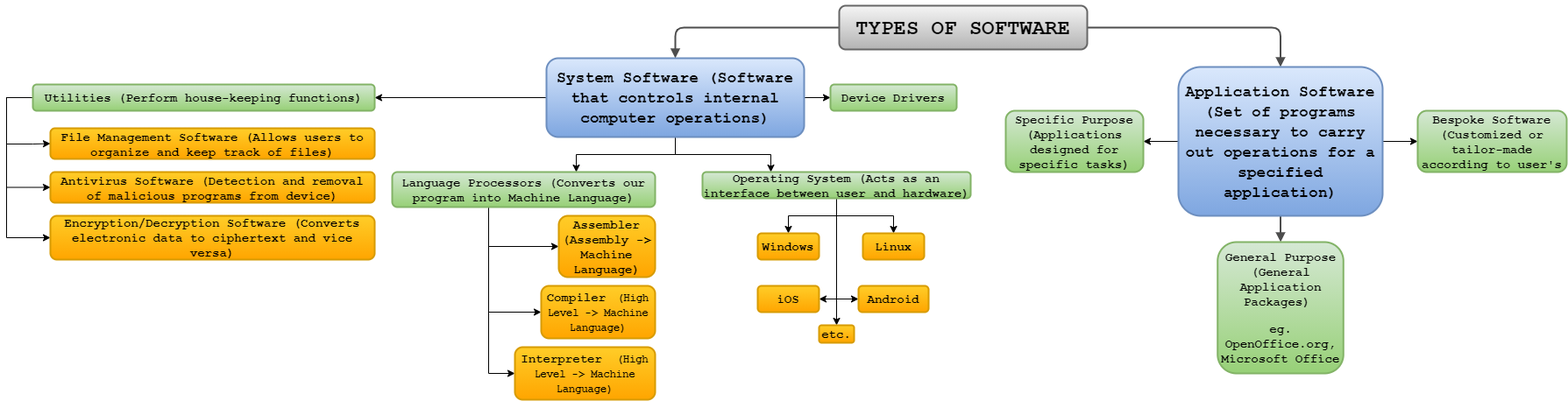
Earlier version of the draw.io export CA_practical_asignment.png (JXTK/app.diagrams.net). Source tidied: cells renumbered, new cells last; positions are measured from the earlier drawing's top-left corner, leaving out a move shared by most shapes.
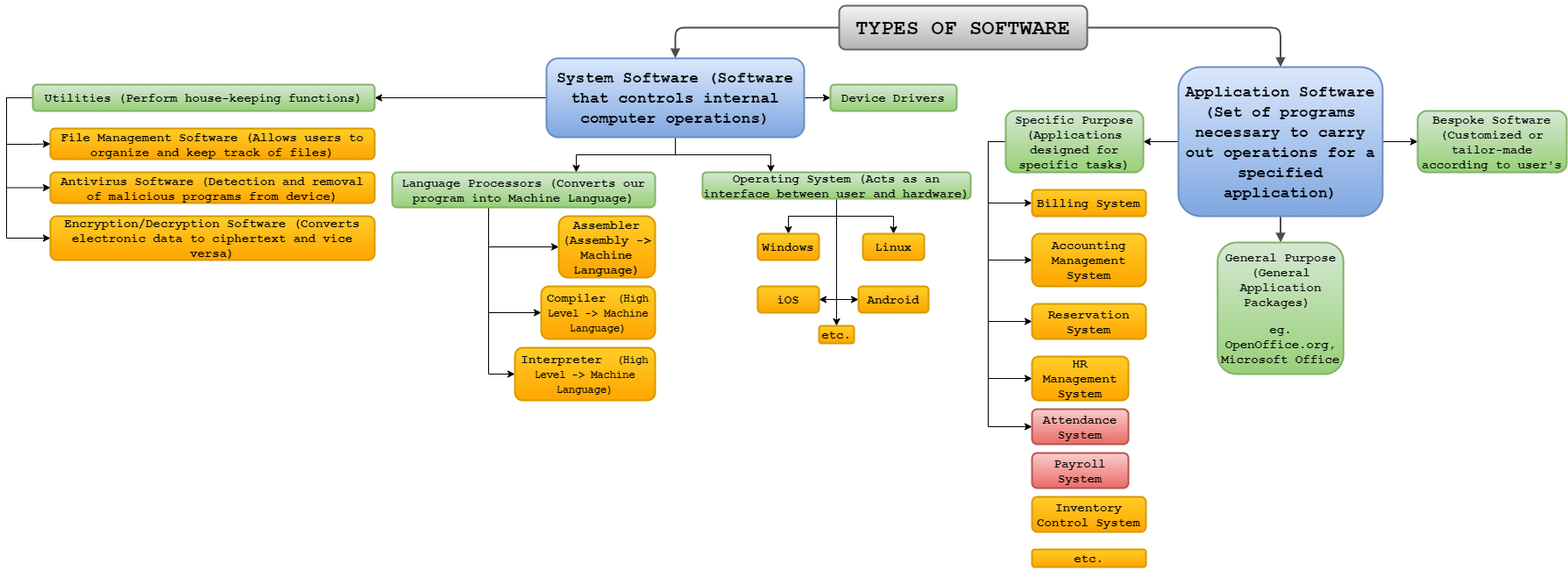
The same file after the commit.

Diff of the diagram source:
```diff
@@ -51,6 +51,46 @@
     <mxCell id="14" value="&lt;h3&gt;&lt;font face=&quot;Courier New&quot;&gt;General Purpose (General Application Packages)&amp;nbsp;&lt;/font&gt;&lt;/h3&gt;&lt;h3&gt;&lt;font face=&quot;Courier New&quot;&gt;eg. OpenOffice.org, Microsoft Office&lt;/font&gt;&lt;/h3&gt;" style="whiteSpace=wrap;html=1;rounded=1;shadow=0;comic=0;strokeWidth=2;fontFamily=Verdana;align=center;fontSize=12;fontStyle=1;gradientColor=#97d077;fillColor=#d5e8d4;strokeColor=#82b366;" parent="1" vertex="1">
       <mxGeometry x="1381.8" y="270" width="143.5" height="150" as="geometry" />
     </mxCell>
+    <mxCell id="44" style="edgeStyle=orthogonalEdgeStyle;rounded=0;jettySize=auto;html=1;entryX=0;entryY=0.5;entryDx=0;entryDy=0;" parent="1" edge="1" source="15" target="49">
+      <mxGeometry relative="1" as="geometry">
+        <Array as="points">
+          <mxPoint x="1120" y="155" />
+          <mxPoint x="1120" y="225" />
+        </Array>
+      </mxGeometry>
+    </mxCell>
+    <mxCell id="45" style="edgeStyle=orthogonalEdgeStyle;rounded=0;jettySize=auto;html=1;entryX=0;entryY=0.5;entryDx=0;entryDy=0;" parent="1" edge="1" source="15" target="50">
+      <mxGeometry relative="1" as="geometry">
+        <Array as="points">
+          <mxPoint x="1120" y="155" />
+          <mxPoint x="1120" y="290" />
+        </Array>
+      </mxGeometry>
+    </mxCell>
+    <mxCell id="46" style="edgeStyle=orthogonalEdgeStyle;rounded=0;jettySize=auto;html=1;entryX=0;entryY=0.5;entryDx=0;entryDy=0;" parent="1" edge="1" source="15" target="51">
+      <mxGeometry relative="1" as="geometry">
+        <Array as="points">
+          <mxPoint x="1120" y="155" />
+          <mxPoint x="1120" y="360" />
+        </Array>
+      </mxGeometry>
+    </mxCell>
+    <mxCell id="47" style="edgeStyle=orthogonalEdgeStyle;rounded=0;jettySize=auto;html=1;entryX=0;entryY=0.5;entryDx=0;entryDy=0;" parent="1" edge="1" source="15" target="52">
+      <mxGeometry relative="1" as="geometry">
+        <Array as="points">
+          <mxPoint x="1120" y="155" />
+          <mxPoint x="1120" y="425" />
+        </Array>
+      </mxGeometry>
+    </mxCell>
+    <mxCell id="48" style="edgeStyle=orthogonalEdgeStyle;rounded=0;jettySize=auto;html=1;entryX=0;entryY=0.5;entryDx=0;entryDy=0;" parent="1" edge="1" source="15" target="54">
+      <mxGeometry relative="1" as="geometry">
+        <Array as="points">
+          <mxPoint x="1120" y="155" />
+          <mxPoint x="1120" y="480" />
+        </Array>
+      </mxGeometry>
+    </mxCell>
     <mxCell id="15" value="&lt;h3&gt;&lt;font face=&quot;Courier New&quot;&gt;Specific Purpose (Applications designed for specific tasks)&lt;/font&gt;&lt;/h3&gt;" style="whiteSpace=wrap;html=1;rounded=1;shadow=0;comic=0;strokeWidth=2;fontFamily=Verdana;align=center;fontSize=12;fontStyle=1;gradientColor=#97d077;fillColor=#d5e8d4;strokeColor=#82b366;" parent="1" vertex="1">
       <mxGeometry x="1140" y="120" width="157" height="70" as="geometry" />
     </mxCell>
@@ -173,5 +213,32 @@
     <mxCell id="43" value="&lt;h3&gt;&lt;font face=&quot;Courier New&quot;&gt;Encryption/Decryption Software (Converts electronic data to ciphertext and vice versa)&lt;/font&gt;&lt;/h3&gt;" style="whiteSpace=wrap;html=1;rounded=1;shadow=0;comic=0;strokeWidth=2;fontFamily=Verdana;align=center;fontSize=12;fontStyle=1;gradientColor=#ffa500;fillColor=#ffcd28;strokeColor=#d79b00;" parent="1" vertex="1">
       <mxGeometry x="50" y="240" width="370" height="50" as="geometry" />
     </mxCell>
+    <mxCell id="49" value="&lt;h3&gt;&lt;font face=&quot;Courier New&quot;&gt;Billing System&lt;/font&gt;&lt;/h3&gt;" style="whiteSpace=wrap;html=1;rounded=1;shadow=0;comic=0;strokeWidth=2;fontFamily=Verdana;align=center;fontSize=12;fontStyle=1;gradientColor=#ffa500;fillColor=#ffcd28;strokeColor=#d79b00;" parent="1" vertex="1">
+      <mxGeometry x="1170" y="210" width="130" height="30" as="geometry" />
+    </mxCell>
+    <mxCell id="50" value="&lt;h3&gt;&lt;font face=&quot;Courier New&quot;&gt;Accounting Management System&lt;/font&gt;&lt;/h3&gt;" style="whiteSpace=wrap;html=1;rounded=1;shadow=0;comic=0;strokeWidth=2;fontFamily=Verdana;align=center;fontSize=12;fontStyle=1;gradientColor=#ffa500;fillColor=#ffcd28;strokeColor=#d79b00;" parent="1" vertex="1">
+      <mxGeometry x="1170" y="260" width="130" height="60" as="geometry" />
+    </mxCell>
+    <mxCell id="51" value="&lt;h3&gt;&lt;font face=&quot;Courier New&quot;&gt;Reservation System&lt;/font&gt;&lt;/h3&gt;" style="whiteSpace=wrap;html=1;rounded=1;shadow=0;comic=0;strokeWidth=2;fontFamily=Verdana;align=center;fontSize=12;fontStyle=1;gradientColor=#ffa500;fillColor=#ffcd28;strokeColor=#d79b00;" parent="1" vertex="1">
+      <mxGeometry x="1170" y="340" width="130" height="40" as="geometry" />
+    </mxCell>
+    <mxCell id="52" value="&lt;h3&gt;&lt;font face=&quot;Courier New&quot;&gt;HR Management System&lt;/font&gt;&lt;/h3&gt;" style="whiteSpace=wrap;html=1;rounded=1;shadow=0;comic=0;strokeWidth=2;fontFamily=Verdana;align=center;fontSize=12;fontStyle=1;gradientColor=#ffa500;fillColor=#ffcd28;strokeColor=#d79b00;" parent="1" vertex="1">
+      <mxGeometry x="1170" y="400" width="110" height="50" as="geometry" />
+    </mxCell>
+    <mxCell id="53" value="&lt;h3&gt;&lt;font face=&quot;Courier New&quot;&gt;Inventory Control System&lt;/font&gt;&lt;/h3&gt;" style="whiteSpace=wrap;html=1;rounded=1;shadow=0;comic=0;strokeWidth=2;fontFamily=Verdana;align=center;fontSize=12;fontStyle=1;gradientColor=#ffa500;fillColor=#ffcd28;strokeColor=#d79b00;" parent="1" vertex="1">
+      <mxGeometry x="1170" y="560" width="130" height="40" as="geometry" />
+    </mxCell>
+    <mxCell id="54" value="&lt;h3&gt;&lt;font face=&quot;Courier New&quot;&gt;Attendance System&lt;/font&gt;&lt;/h3&gt;" style="whiteSpace=wrap;html=1;rounded=1;shadow=0;comic=0;strokeWidth=2;fontFamily=Verdana;align=center;fontSize=12;fontStyle=1;gradientColor=#ea6b66;fillColor=#f8cecc;strokeColor=#b85450;" parent="1" vertex="1">
+      <mxGeometry x="1170" y="460" width="110" height="40" as="geometry" />
+    </mxCell>
+    <mxCell id="55" value="&lt;h3&gt;&lt;font face=&quot;Courier New&quot;&gt;Payroll System&lt;/font&gt;&lt;/h3&gt;" style="whiteSpace=wrap;html=1;rounded=1;shadow=0;comic=0;strokeWidth=2;fontFamily=Verdana;align=center;fontSize=12;fontStyle=1;gradientColor=#ea6b66;fillColor=#f8cecc;strokeColor=#b85450;" parent="1" vertex="1">
+      <mxGeometry x="1170" y="510" width="110" height="40" as="geometry" />
+    </mxCell>
+    <mxCell id="56" style="edgeStyle=orthogonalEdgeStyle;rounded=0;orthogonalLoop=1;jettySize=auto;html=1;exitX=0.5;exitY=1;exitDx=0;exitDy=0;" parent="1" edge="1" source="53" target="53">
+      <mxGeometry relative="1" as="geometry" />
+    </mxCell>
+    <mxCell id="57" value="&lt;h3&gt;&lt;font face=&quot;Courier New&quot;&gt;etc.&lt;/font&gt;&lt;/h3&gt;" style="whiteSpace=wrap;html=1;rounded=1;shadow=0;comic=0;strokeWidth=2;fontFamily=Verdana;align=center;fontSize=12;fontStyle=1;gradientColor=#ffa500;fillColor=#ffcd28;strokeColor=#d79b00;" parent="1" vertex="1">
+      <mxGeometry x="1170" y="620" width="130" height="20" as="geometry" />
+    </mxCell>
   </root>
 </mxGraphModel>
```
